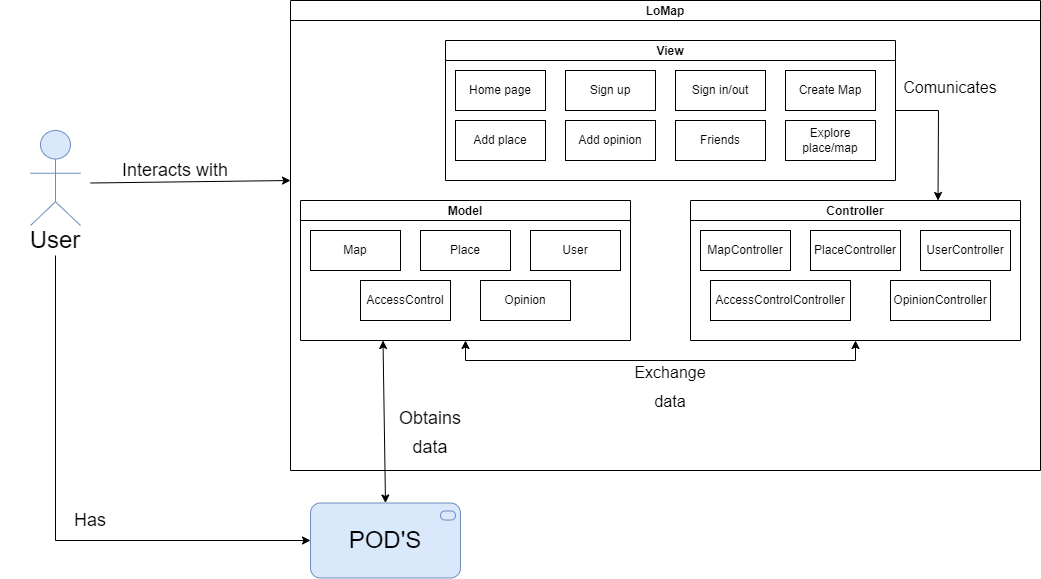
Above: images/Level3.png in Arquisoft/lomap_es3c (draw.io), before the change. Source tidied: cells renumbered, new cells last; positions are measured from the earlier drawing's top-left corner, leaving out a move shared by most shapes.
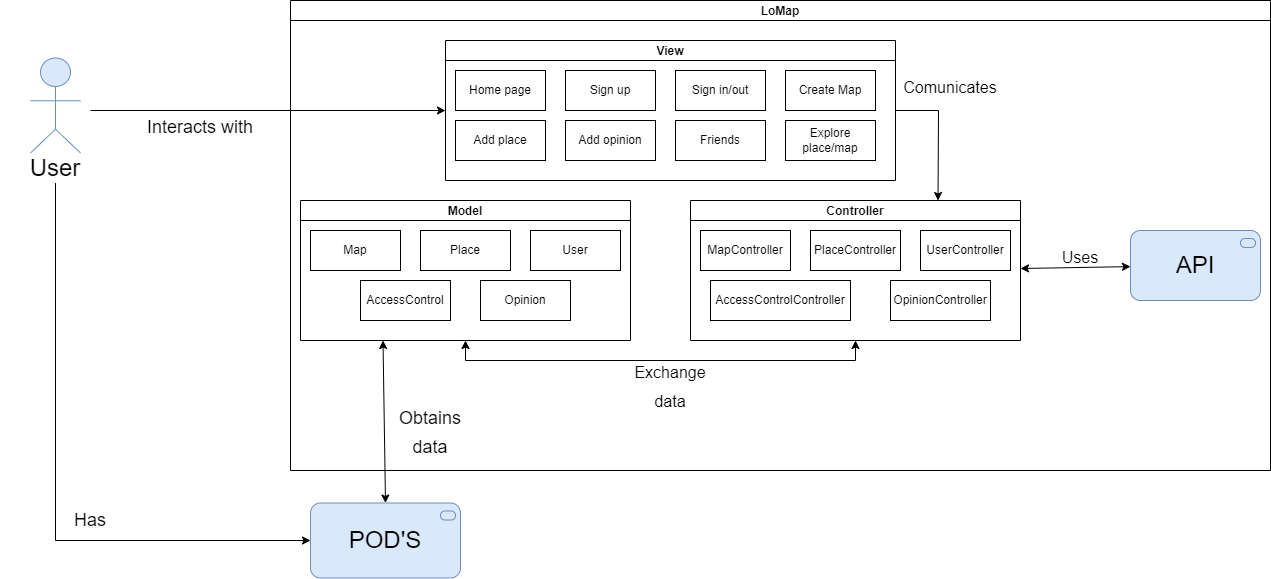
Above is the later version.

Diff of the diagram source:
```diff
@@ -3,24 +3,23 @@
     <mxCell id="0" />
     <mxCell id="1" parent="0" />
     <mxCell id="2" style="html=1;whiteSpace=wrap;fillColor=#dae8fc;verticalLabelPosition=bottom;verticalAlign=top;align=center;shape=mxgraph.archimate3.actor;labelBackgroundColor=none;strokeColor=#6c8ebf;" parent="1" vertex="1">
-      <mxGeometry x="30" y="130" width="50" height="95" as="geometry" />
+      <mxGeometry x="30" y="57.5" width="50" height="95" as="geometry" />
     </mxCell>
     <mxCell id="3" value="&lt;font style=&quot;font-size: 24px;&quot;&gt;POD'S&lt;/font&gt;" style="html=1;outlineConnect=0;whiteSpace=wrap;shape=mxgraph.archimate3.application;appType=serv;archiType=rounded;labelBackgroundColor=none;fillColor=#dae8fc;strokeColor=#6c8ebf;" parent="1" vertex="1">
       <mxGeometry x="310" y="502.5" width="150" height="75" as="geometry" />
     </mxCell>
     <mxCell id="4" value="User" style="text;html=1;strokeColor=none;fillColor=none;align=center;verticalAlign=middle;whiteSpace=wrap;rounded=0;fontSize=24;" parent="1" vertex="1">
-      <mxGeometry x="25" y="225" width="60" height="30" as="geometry" />
+      <mxGeometry x="25" y="152.5" width="60" height="30" as="geometry" />
     </mxCell>
     <mxCell id="5" value="&lt;font style=&quot;font-size: 18px;&quot;&gt;Interacts with&lt;/font&gt;" style="text;html=1;strokeColor=none;fillColor=none;align=center;verticalAlign=middle;whiteSpace=wrap;rounded=0;fontSize=24;" parent="1" vertex="1">
-      <mxGeometry x="85" y="152.5" width="180" height="30" as="geometry" />
+      <mxGeometry x="110" y="110" width="180" height="30" as="geometry" />
     </mxCell>
     <mxCell id="6" value="&lt;font style=&quot;font-size: 18px;&quot;&gt;Has&lt;/font&gt;" style="text;html=1;strokeColor=none;fillColor=none;align=center;verticalAlign=middle;whiteSpace=wrap;rounded=0;fontSize=24;" parent="1" vertex="1">
       <mxGeometry y="502.5" width="180" height="30" as="geometry" />
     </mxCell>
-    <mxCell id="7" style="endArrow=classic;html=1;rounded=0;fontSize=18;entryX=0;entryY=0.5;entryDx=0;entryDy=0;entryPerimeter=0;" parent="1" edge="1">
+    <mxCell id="7" style="endArrow=classic;html=1;rounded=0;fontSize=18;entryX=0;entryY=0.5;entryDx=0;entryDy=0;" parent="1" edge="1" target="11">
       <mxGeometry relative="1" as="geometry">
-        <mxPoint x="90" y="182.5" as="sourcePoint" />
-        <mxPoint x="290" y="180" as="targetPoint" />
+        <mxPoint x="90" y="110" as="sourcePoint" />
       </mxGeometry>
     </mxCell>
     <mxCell id="8" style="endArrow=classic;startArrow=classic;html=1;rounded=0;fontSize=18;exitX=0.5;exitY=0;exitDx=0;exitDy=0;exitPerimeter=0;entryX=0.25;entryY=1;entryDx=0;entryDy=0;" parent="1" edge="1" source="3" target="20">
@@ -34,7 +33,7 @@
       </mxGeometry>
     </mxCell>
     <mxCell id="10" value="LoMap" style="swimlane;startSize=20;horizontal=1;containerType=tree;newEdgeStyle={&quot;edgeStyle&quot;:&quot;elbowEdgeStyle&quot;,&quot;startArrow&quot;:&quot;none&quot;,&quot;endArrow&quot;:&quot;none&quot;};" parent="1" vertex="1">
-      <mxGeometry x="290" width="750" height="470" as="geometry" />
+      <mxGeometry x="290" width="980" height="470" as="geometry" />
     </mxCell>
     <mxCell id="11" value="View" style="swimlane;startSize=20;horizontal=1;containerType=tree;newEdgeStyle={&quot;edgeStyle&quot;:&quot;elbowEdgeStyle&quot;,&quot;startArrow&quot;:&quot;none&quot;,&quot;endArrow&quot;:&quot;none&quot;};" parent="10" vertex="1">
       <mxGeometry x="155" y="40" width="450" height="140" as="geometry" />
@@ -123,5 +122,16 @@
     <mxCell id="36" value="&lt;font style=&quot;font-size: 16px;&quot;&gt;Comunicates&lt;/font&gt;" style="text;html=1;strokeColor=none;fillColor=none;align=center;verticalAlign=middle;whiteSpace=wrap;rounded=0;fontSize=24;" parent="10" vertex="1">
       <mxGeometry x="570" y="70" width="180" height="30" as="geometry" />
     </mxCell>
+    <mxCell id="37" value="&lt;font style=&quot;font-size: 24px;&quot;&gt;API&lt;/font&gt;" style="html=1;outlineConnect=0;whiteSpace=wrap;shape=mxgraph.archimate3.application;appType=serv;archiType=rounded;labelBackgroundColor=none;fillColor=#dae8fc;strokeColor=#6c8ebf;" parent="1" vertex="1">
+      <mxGeometry x="1130" y="230" width="130" height="70" as="geometry" />
+    </mxCell>
+    <mxCell id="38" style="endArrow=classic;startArrow=classic;html=1;rounded=0;entryX=1;entryY=0.5;entryDx=0;entryDy=0;entryPerimeter=0;" parent="1" edge="1" source="37">
+      <mxGeometry relative="1" as="geometry">
+        <mxPoint x="1020" y="268" as="targetPoint" />
+      </mxGeometry>
+    </mxCell>
+    <mxCell id="39" value="&lt;font style=&quot;font-size: 16px;&quot;&gt;Uses&lt;/font&gt;" style="text;html=1;strokeColor=none;fillColor=none;align=center;verticalAlign=middle;whiteSpace=wrap;rounded=0;fontSize=24;" parent="1" vertex="1">
+      <mxGeometry x="990" y="210" width="180" height="90" as="geometry" />
+    </mxCell>
   </root>
 </mxGraphModel>
```
